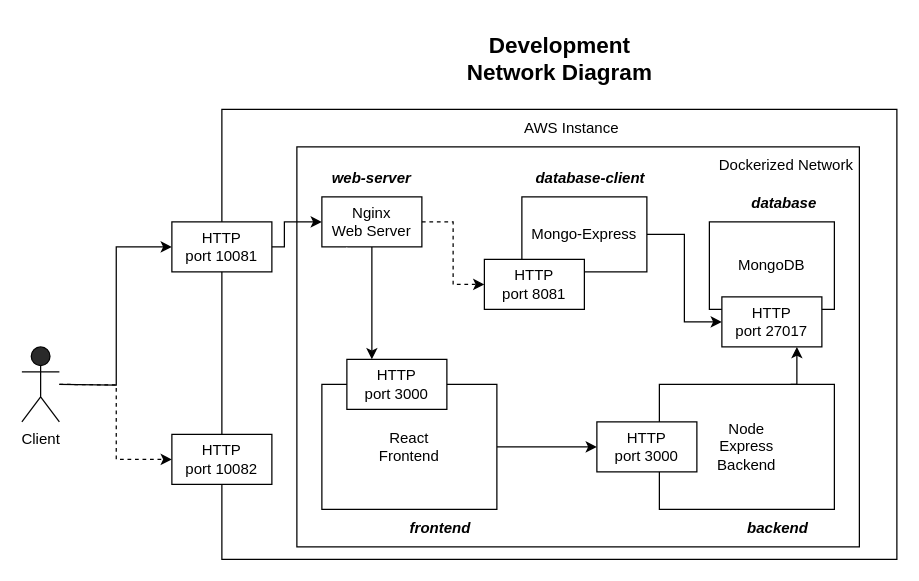
The draw.io diagram Dev_NetworkStructure.dio in alex-au-922/Weather-with-me, before the edit. Source tidied: cells renumbered, new cells numbered last; positions are measured from the earlier drawing's top-left corner, leaving out a move shared by most shapes. Both pictures are drawn from the tidied source at 125%, with x=0, y=0 at pixel (21, 21).
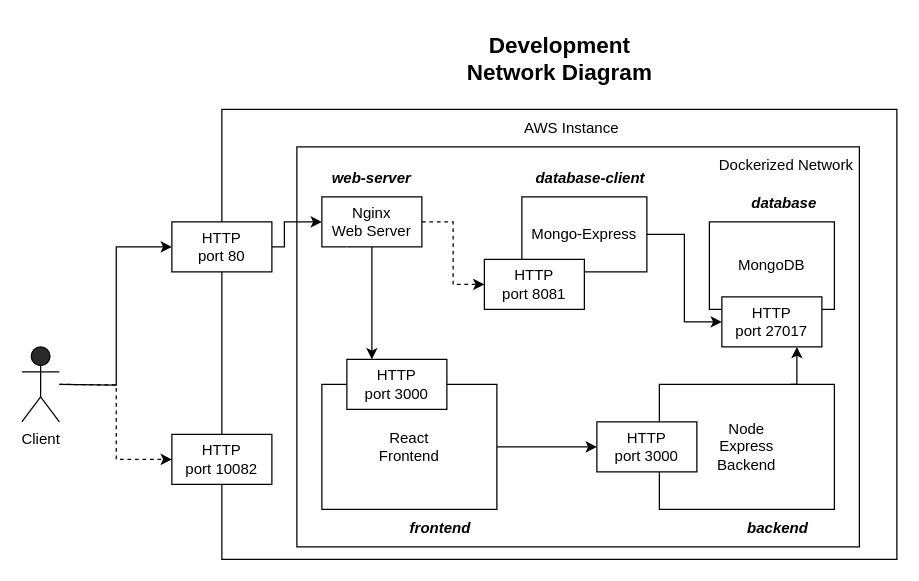
After the change.

What changed in the source:
```diff
@@
-    <mxCell id="6" value="HTTP&lt;div&gt;port 10081&lt;/div&gt;" style="rounded=0;whiteSpace=wrap;html=1;" parent="1" vertex="1">
+    <mxCell id="6" value="HTTP&lt;div&gt;port 80&lt;/div&gt;" style="rounded=0;whiteSpace=wrap;html=1;" parent="1" vertex="1">
       <mxGeometry x="120" y="160" width="80" height="40" as="geometry" />
     </mxCell>
```
